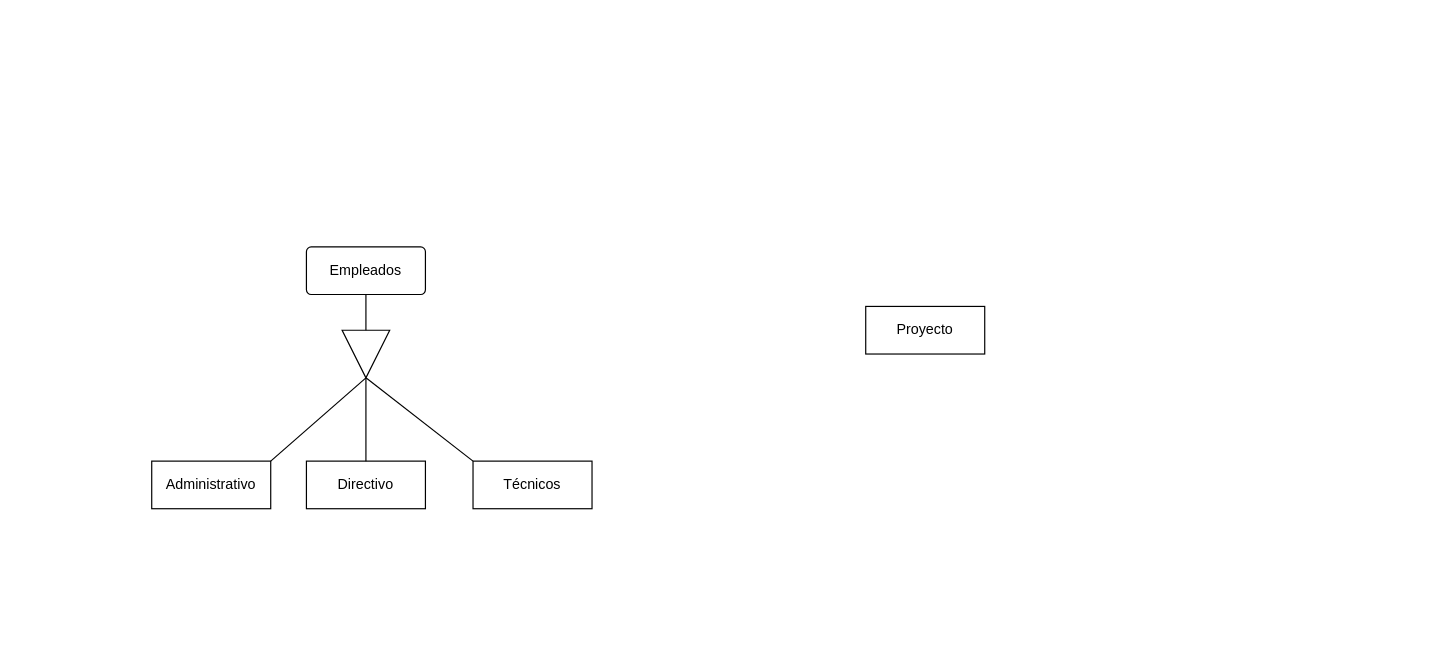
The draw.io diagram prueba.drawio in Pederysky/Cosas-de-clase, before the edit. Source tidied: cells renumbered, new cells numbered last; positions are measured from the earlier drawing's top-left corner, leaving out a move shared by most shapes. Both pictures are drawn from the tidied source at 119%, with x=0, y=0 at pixel (151, 246).
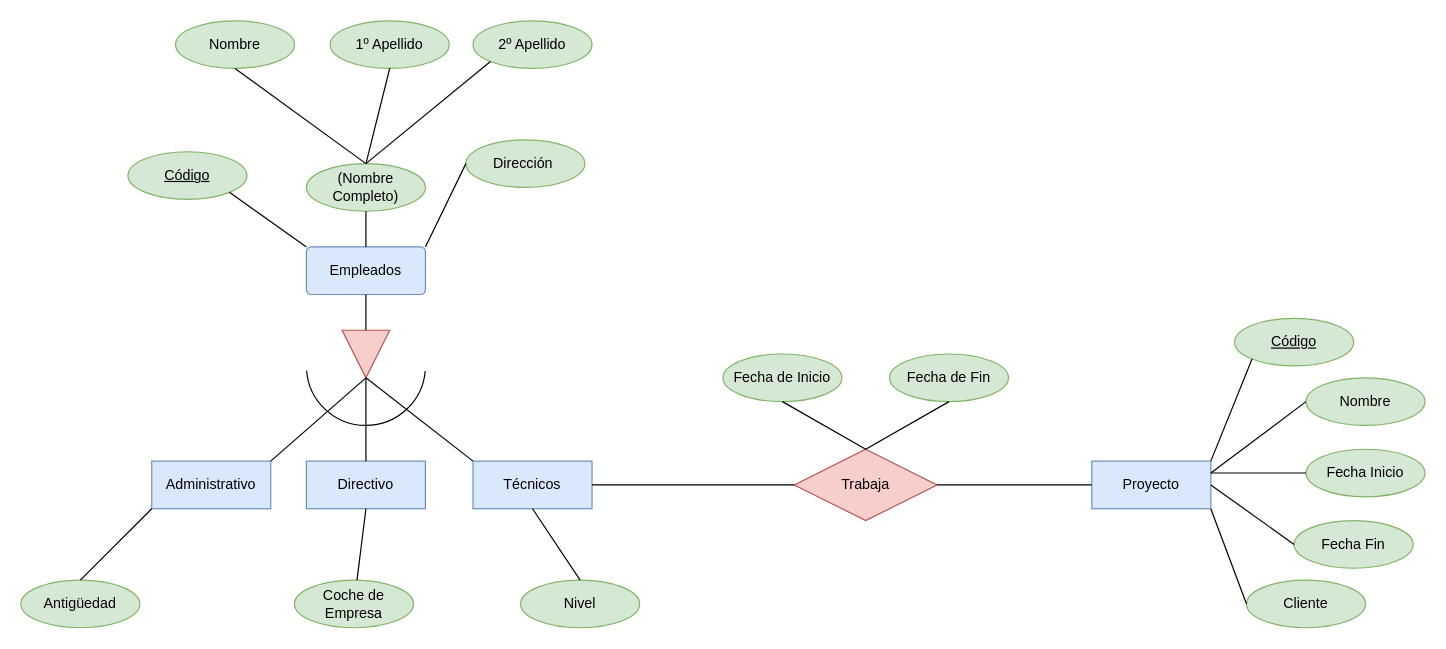
Above is the later version.

Change to the diagram source:
```diff
@@
-    <mxCell id="2" value="Empleados" style="rounded=1;arcSize=10;whiteSpace=wrap;html=1;align=center;" parent="1" vertex="1">
+    <mxCell id="2" value="Empleados" style="rounded=1;arcSize=10;whiteSpace=wrap;html=1;align=center;fillColor=#dae8fc;strokeColor=#6c8ebf;" parent="1" vertex="1">
       <mxGeometry x="130" width="100" height="40" as="geometry" />
     </mxCell>
-    <mxCell id="3" value="Administrativo" style="whiteSpace=wrap;html=1;align=center;" parent="1" vertex="1">
+    <mxCell id="3" value="Administrativo" style="whiteSpace=wrap;html=1;align=center;fillColor=#dae8fc;strokeColor=#6c8ebf;" parent="1" vertex="1">
       <mxGeometry y="180" width="100" height="40" as="geometry" />
     </mxCell>
-    <mxCell id="4" value="Directivo" style="whiteSpace=wrap;html=1;align=center;" parent="1" vertex="1">
+    <mxCell id="4" value="Directivo" style="whiteSpace=wrap;html=1;align=center;fillColor=#dae8fc;strokeColor=#6c8ebf;" parent="1" vertex="1">
       <mxGeometry x="130" y="180" width="100" height="40" as="geometry" />
     </mxCell>
-    <mxCell id="5" value="Técnicos" style="whiteSpace=wrap;html=1;align=center;" parent="1" vertex="1">
+    <mxCell id="5" value="Técnicos" style="whiteSpace=wrap;html=1;align=center;fillColor=#dae8fc;strokeColor=#6c8ebf;" parent="1" vertex="1">
       <mxGeometry x="270" y="180" width="100" height="40" as="geometry" />
     </mxCell>
-    <mxCell id="6" value="Proyecto" style="whiteSpace=wrap;html=1;align=center;" parent="1" vertex="1">
-      <mxGeometry x="600" y="50" width="100" height="40" as="geometry" />
+    <mxCell id="6" value="Proyecto" style="whiteSpace=wrap;html=1;align=center;fillColor=#dae8fc;strokeColor=#6c8ebf;" parent="1" vertex="1">
+      <mxGeometry x="790" y="180" width="100" height="40" as="geometry" />
     </mxCell>
-    <mxCell id="7" style="verticalLabelPosition=bottom;verticalAlign=top;html=1;shape=mxgraph.basic.acute_triangle;dx=0.5;rotation=-180;" parent="1" vertex="1">
+    <mxCell id="7" style="verticalLabelPosition=bottom;verticalAlign=top;html=1;shape=mxgraph.basic.acute_triangle;dx=0.5;rotation=-180;fillColor=#f8cecc;strokeColor=#b85450;" parent="1" vertex="1">
       <mxGeometry x="160" y="70" width="40" height="40" as="geometry" />
     </mxCell>
@@
+    <mxCell id="12" value="Código" style="ellipse;whiteSpace=wrap;html=1;align=center;fontStyle=4;fillColor=#d5e8d4;strokeColor=#82b366;" parent="1" vertex="1">
+      <mxGeometry x="-20" y="-80" width="100" height="40" as="geometry" />
+    </mxCell>
+    <mxCell id="13" value="(Nombre Completo)" style="ellipse;whiteSpace=wrap;html=1;align=center;fillColor=#d5e8d4;strokeColor=#82b366;" parent="1" vertex="1">
+      <mxGeometry x="130" y="-70" width="100" height="40" as="geometry" />
+    </mxCell>
+    <mxCell id="14" value="Nombre" style="ellipse;whiteSpace=wrap;html=1;align=center;fillColor=#d5e8d4;strokeColor=#82b366;" parent="1" vertex="1">
+      <mxGeometry x="20" y="-190" width="100" height="40" as="geometry" />
+    </mxCell>
+    <mxCell id="15" value="1º Apellido" style="ellipse;whiteSpace=wrap;html=1;align=center;fillColor=#d5e8d4;strokeColor=#82b366;" parent="1" vertex="1">
+      <mxGeometry x="150" y="-190" width="100" height="40" as="geometry" />
+    </mxCell>
+    <mxCell id="16" value="2º Apellido" style="ellipse;whiteSpace=wrap;html=1;align=center;fillColor=#d5e8d4;strokeColor=#82b366;" parent="1" vertex="1">
+      <mxGeometry x="270" y="-190" width="100" height="40" as="geometry" />
+    </mxCell>
+    <mxCell id="17" value="Dirección&amp;nbsp;" style="ellipse;whiteSpace=wrap;html=1;align=center;fillColor=#d5e8d4;strokeColor=#82b366;" parent="1" vertex="1">
+      <mxGeometry x="264" y="-90" width="100" height="40" as="geometry" />
+    </mxCell>
+    <mxCell id="18" style="endArrow=none;html=1;rounded=0;exitX=0.5;exitY=0;exitDx=0;exitDy=0;entryX=0;entryY=1;entryDx=0;entryDy=0;" parent="1" edge="1" source="13" target="16">
+      <mxGeometry relative="1" as="geometry" />
+    </mxCell>
+    <mxCell id="19" style="endArrow=none;html=1;rounded=0;entryX=0.5;entryY=1;entryDx=0;entryDy=0;exitX=0.5;exitY=0;exitDx=0;exitDy=0;" parent="1" edge="1" source="13" target="15">
+      <mxGeometry relative="1" as="geometry" />
+    </mxCell>
+    <mxCell id="20" style="endArrow=none;html=1;rounded=0;entryX=0.5;entryY=0;entryDx=0;entryDy=0;exitX=0.5;exitY=1;exitDx=0;exitDy=0;" parent="1" edge="1" source="14" target="13">
+      <mxGeometry relative="1" as="geometry" />
+    </mxCell>
+    <mxCell id="21" style="endArrow=none;html=1;rounded=0;entryX=0;entryY=0.5;entryDx=0;entryDy=0;exitX=1;exitY=0;exitDx=0;exitDy=0;" parent="1" edge="1" source="2" target="17">
+      <mxGeometry relative="1" as="geometry" />
+    </mxCell>
+    <mxCell id="22" style="endArrow=none;html=1;rounded=0;entryX=0.5;entryY=1;entryDx=0;entryDy=0;exitX=0.5;exitY=0;exitDx=0;exitDy=0;" parent="1" edge="1" source="2" target="13">
+      <mxGeometry relative="1" as="geometry" />
+    </mxCell>
+    <mxCell id="23" style="endArrow=none;html=1;rounded=0;entryX=0;entryY=0;entryDx=0;entryDy=0;exitX=1;exitY=1;exitDx=0;exitDy=0;" parent="1" edge="1" source="12" target="2">
+      <mxGeometry relative="1" as="geometry" />
+    </mxCell>
+    <mxCell id="24" value="Antigüedad" style="ellipse;whiteSpace=wrap;html=1;align=center;fillColor=#d5e8d4;strokeColor=#82b366;" parent="1" vertex="1">
+      <mxGeometry x="-110" y="280" width="100" height="40" as="geometry" />
+    </mxCell>
+    <mxCell id="25" style="endArrow=none;html=1;rounded=0;exitX=0;exitY=1;exitDx=0;exitDy=0;entryX=0.5;entryY=0;entryDx=0;entryDy=0;" parent="1" edge="1" source="3" target="24">
+      <mxGeometry relative="1" as="geometry" />
+    </mxCell>
+    <mxCell id="26" value="Coche de Empresa" style="ellipse;whiteSpace=wrap;html=1;align=center;fillColor=#d5e8d4;strokeColor=#82b366;" parent="1" vertex="1">
+      <mxGeometry x="120" y="280" width="100" height="40" as="geometry" />
+    </mxCell>
+    <mxCell id="27" value="Nivel" style="ellipse;whiteSpace=wrap;html=1;align=center;fillColor=#d5e8d4;strokeColor=#82b366;" parent="1" vertex="1">
+      <mxGeometry x="310" y="280" width="100" height="40" as="geometry" />
+    </mxCell>
+    <mxCell id="28" style="endArrow=none;html=1;rounded=0;exitX=0.5;exitY=1;exitDx=0;exitDy=0;entryX=0.5;entryY=0;entryDx=0;entryDy=0;" parent="1" edge="1" source="5" target="27">
+      <mxGeometry relative="1" as="geometry" />
+    </mxCell>
+    <mxCell id="29" style="endArrow=none;html=1;rounded=0;entryX=0.5;entryY=1;entryDx=0;entryDy=0;" parent="1" edge="1" source="26" target="4">
+      <mxGeometry relative="1" as="geometry" />
+    </mxCell>
+    <mxCell id="30" value="Trabaja" style="shape=rhombus;perimeter=rhombusPerimeter;whiteSpace=wrap;html=1;align=center;fillColor=#f8cecc;strokeColor=#b85450;" parent="1" vertex="1">
+      <mxGeometry x="540" y="170" width="120" height="60" as="geometry" />
+    </mxCell>
+    <mxCell id="31" style="endArrow=none;html=1;rounded=0;entryX=0;entryY=0.5;entryDx=0;entryDy=0;exitX=1;exitY=0.5;exitDx=0;exitDy=0;" parent="1" edge="1" source="5" target="30">
+      <mxGeometry relative="1" as="geometry" />
+    </mxCell>
+    <mxCell id="32" style="endArrow=none;html=1;rounded=0;entryX=0;entryY=0.5;entryDx=0;entryDy=0;exitX=1;exitY=0.5;exitDx=0;exitDy=0;" parent="1" edge="1" source="30" target="6">
+      <mxGeometry relative="1" as="geometry" />
+    </mxCell>
+    <mxCell id="33" value="Fecha de Inicio" style="ellipse;whiteSpace=wrap;html=1;align=center;fillColor=#d5e8d4;strokeColor=#82b366;" parent="1" vertex="1">
+      <mxGeometry x="480" y="90" width="100" height="40" as="geometry" />
+    </mxCell>
+    <mxCell id="34" value="Fecha de Fin" style="ellipse;whiteSpace=wrap;html=1;align=center;fillColor=#d5e8d4;strokeColor=#82b366;" parent="1" vertex="1">
+      <mxGeometry x="620" y="90" width="100" height="40" as="geometry" />
+    </mxCell>
+    <mxCell id="35" style="endArrow=none;html=1;rounded=0;entryX=0.5;entryY=0;entryDx=0;entryDy=0;exitX=0.5;exitY=1;exitDx=0;exitDy=0;" parent="1" edge="1" source="33" target="30">
+      <mxGeometry relative="1" as="geometry" />
+    </mxCell>
+    <mxCell id="36" style="endArrow=none;html=1;rounded=0;entryX=0.5;entryY=0;entryDx=0;entryDy=0;exitX=0.5;exitY=1;exitDx=0;exitDy=0;" parent="1" edge="1" source="34" target="30">
+      <mxGeometry relative="1" as="geometry" />
+    </mxCell>
+    <mxCell id="37" style="verticalLabelPosition=bottom;verticalAlign=top;html=1;shape=mxgraph.basic.arc;startAngle=0.2635125401048904;endAngle=0.737294663166942;" parent="1" vertex="1">
+      <mxGeometry x="130" y="50" width="100" height="100" as="geometry" />
+    </mxCell>
+    <mxCell id="38" value="Código" style="ellipse;whiteSpace=wrap;html=1;align=center;fontStyle=4;fillColor=#d5e8d4;strokeColor=#82b366;" parent="1" vertex="1">
+      <mxGeometry x="910" y="60" width="100" height="40" as="geometry" />
+    </mxCell>
+    <mxCell id="39" value="Nombre" style="ellipse;whiteSpace=wrap;html=1;align=center;fillColor=#d5e8d4;strokeColor=#82b366;" parent="1" vertex="1">
+      <mxGeometry x="970" y="110" width="100" height="40" as="geometry" />
+    </mxCell>
+    <mxCell id="40" value="Fecha Inicio" style="ellipse;whiteSpace=wrap;html=1;align=center;fillColor=#d5e8d4;strokeColor=#82b366;" parent="1" vertex="1">
+      <mxGeometry x="970" y="170" width="100" height="40" as="geometry" />
+    </mxCell>
+    <mxCell id="41" value="Fecha Fin" style="ellipse;whiteSpace=wrap;html=1;align=center;fillColor=#d5e8d4;strokeColor=#82b366;" parent="1" vertex="1">
+      <mxGeometry x="960" y="230" width="100" height="40" as="geometry" />
+    </mxCell>
+    <mxCell id="42" value="Cliente" style="ellipse;whiteSpace=wrap;html=1;align=center;fillColor=#d5e8d4;strokeColor=#82b366;" parent="1" vertex="1">
+      <mxGeometry x="920" y="280" width="100" height="40" as="geometry" />
+    </mxCell>
+    <mxCell id="43" style="endArrow=none;html=1;rounded=0;entryX=0;entryY=1;entryDx=0;entryDy=0;exitX=1;exitY=0;exitDx=0;exitDy=0;" parent="1" edge="1" source="6" target="38">
+      <mxGeometry relative="1" as="geometry" />
+    </mxCell>
+    <mxCell id="44" style="endArrow=none;html=1;rounded=0;exitX=1;exitY=0.25;exitDx=0;exitDy=0;entryX=0;entryY=0.5;entryDx=0;entryDy=0;" parent="1" edge="1" source="6" target="39">
+      <mxGeometry relative="1" as="geometry" />
+    </mxCell>
+    <mxCell id="45" style="endArrow=none;html=1;rounded=0;entryX=0;entryY=0.5;entryDx=0;entryDy=0;" parent="1" edge="1" target="40">
+      <mxGeometry relative="1" as="geometry">
+        <mxPoint x="890" y="190" as="sourcePoint" />
+      </mxGeometry>
+    </mxCell>
+    <mxCell id="46" style="endArrow=none;html=1;rounded=0;entryX=0;entryY=0.5;entryDx=0;entryDy=0;exitX=1;exitY=0.5;exitDx=0;exitDy=0;" parent="1" edge="1" source="6" target="41">
+      <mxGeometry relative="1" as="geometry" />
+    </mxCell>
+    <mxCell id="47" style="endArrow=none;html=1;rounded=0;entryX=0;entryY=0.5;entryDx=0;entryDy=0;exitX=1;exitY=1;exitDx=0;exitDy=0;" parent="1" edge="1" source="6" target="42">
+      <mxGeometry relative="1" as="geometry" />
+    </mxCell>
```
